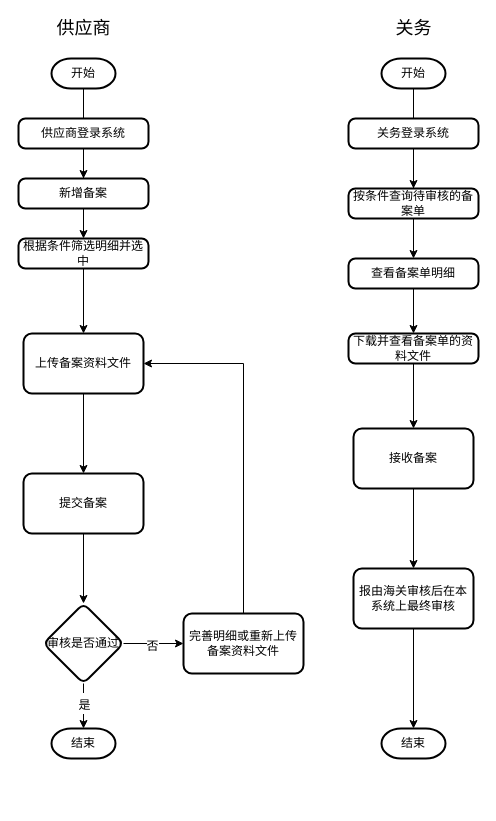
Above: page "报关管理流程图" (14 of 16) of wbooking docs/进区预约系统.drawio in sxc-one/e-conitl (draw.io), before the change. Source tidied: cells renumbered, new cells numbered last; positions are measured from the earlier drawing's top-left corner, leaving out a move shared by most shapes. Both pictures are drawn from the tidied source at 100%, with x=0, y=0 at pixel (18, 18).
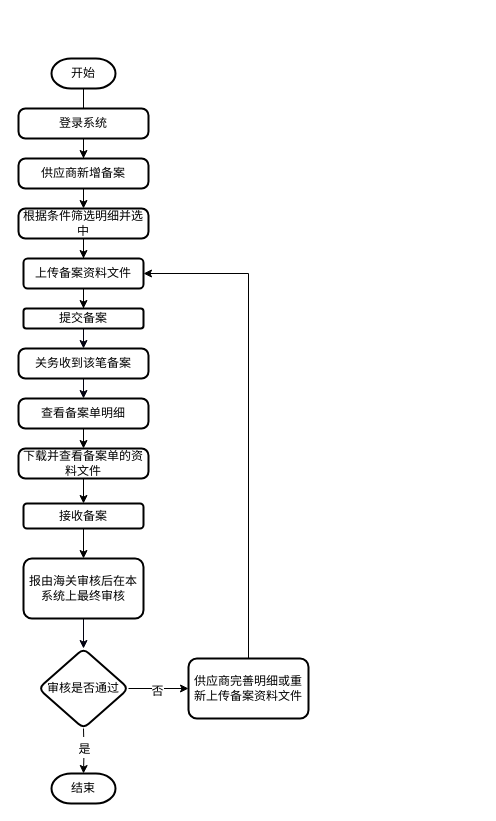
The same diagram, later.

Commit message:
备案流程图更新

Change to the diagram source:
```diff
@@
-    <mxCell id="5" value="供应商登录系统" style="rounded=1;whiteSpace=wrap;html=1;absoluteArcSize=1;arcSize=14;strokeWidth=2;" parent="1" vertex="1">
-      <mxGeometry y="100" width="130" height="30" as="geometry" />
+    <mxCell id="5" value="登录系统" style="rounded=1;whiteSpace=wrap;html=1;absoluteArcSize=1;arcSize=14;strokeWidth=2;" parent="1" vertex="1">
+      <mxGeometry y="90" width="130" height="30" as="geometry" />
     </mxCell>
-    <mxCell id="6" value="新增备案" style="rounded=1;whiteSpace=wrap;html=1;absoluteArcSize=1;arcSize=14;strokeWidth=2;" parent="1" vertex="1">
-      <mxGeometry y="160" width="130" height="30" as="geometry" />
+    <mxCell id="6" value="供应商新增备案" style="rounded=1;whiteSpace=wrap;html=1;absoluteArcSize=1;arcSize=14;strokeWidth=2;" parent="1" vertex="1">
+      <mxGeometry y="140" width="130" height="30" as="geometry" />
     </mxCell>
@@
     <mxCell id="8" value="根据条件筛选明细并选中" style="rounded=1;whiteSpace=wrap;html=1;absoluteArcSize=1;arcSize=14;strokeWidth=2;" parent="1" vertex="1">
-      <mxGeometry y="220" width="130" height="30" as="geometry" />
+      <mxGeometry y="190" width="130" height="30" as="geometry" />
     </mxCell>
-    <mxCell id="9" value="&lt;font style=&quot;font-size: 18px&quot;&gt;供应商&lt;/font&gt;" style="text;html=1;align=center;verticalAlign=middle;strokeColor=none;fillColor=none;" parent="1" vertex="1">
-      <mxGeometry x="30" width="70" height="20" as="geometry" />
-    </mxCell>
-    <mxCell id="10" style="edgeStyle=none;rounded=0;jettySize=auto;html=1;elbow=vertical;" parent="1" edge="1" source="11" target="14">
-      <mxGeometry relative="1" as="geometry" />
-    </mxCell>
-    <mxCell id="11" value="开始" style="strokeWidth=2;html=1;shape=mxgraph.flowchart.terminator;whiteSpace=wrap;" parent="1" vertex="1">
-      <mxGeometry x="363" y="40" width="64" height="30" as="geometry" />
-    </mxCell>
-    <mxCell id="12" style="edgeStyle=none;rounded=0;jettySize=auto;html=1;elbow=vertical;" parent="1" edge="1" source="13" target="16">
-      <mxGeometry relative="1" as="geometry" />
-    </mxCell>
-    <mxCell id="13" value="关务登录系统" style="rounded=1;whiteSpace=wrap;html=1;absoluteArcSize=1;arcSize=14;strokeWidth=2;" parent="1" vertex="1">
-      <mxGeometry x="330" y="100" width="130" height="30" as="geometry" />
-    </mxCell>
+    <mxCell id="37" style="edgeStyle=none;rounded=0;jettySize=auto;html=1;exitX=0.5;exitY=1;exitDx=0;exitDy=0;entryX=0.5;entryY=0;entryDx=0;entryDy=0;fontSize=18;startArrow=none;startFill=0;endArrow=classic;endFill=1;sourcePerimeterSpacing=1;targetPerimeterSpacing=0;strokeColor=#01010F;" parent="1" edge="1" source="14" target="16">
+      <mxGeometry relative="1" as="geometry" />
+    </mxCell>
-    <mxCell id="14" value="按条件查询待审核的备案单" style="rounded=1;whiteSpace=wrap;html=1;absoluteArcSize=1;arcSize=14;strokeWidth=2;" parent="1" vertex="1">
-      <mxGeometry x="330" y="170" width="130" height="30" as="geometry" />
+    <mxCell id="14" value="关务收到该笔备案" style="rounded=1;whiteSpace=wrap;html=1;absoluteArcSize=1;arcSize=14;strokeWidth=2;" parent="1" vertex="1">
+      <mxGeometry y="330" width="130" height="30" as="geometry" />
     </mxCell>
@@
     <mxCell id="16" value="查看备案单明细" style="rounded=1;whiteSpace=wrap;html=1;absoluteArcSize=1;arcSize=14;strokeWidth=2;" parent="1" vertex="1">
-      <mxGeometry x="330" y="240" width="130" height="30" as="geometry" />
+      <mxGeometry y="380" width="130" height="30" as="geometry" />
     </mxCell>
@@
     <mxCell id="18" value="下载并查看备案单的资料文件" style="rounded=1;whiteSpace=wrap;html=1;absoluteArcSize=1;arcSize=14;strokeWidth=2;" parent="1" vertex="1">
-      <mxGeometry x="330" y="315" width="130" height="30" as="geometry" />
+      <mxGeometry y="430" width="130" height="30" as="geometry" />
     </mxCell>
-    <mxCell id="19" value="结束" style="strokeWidth=2;html=1;shape=mxgraph.flowchart.terminator;whiteSpace=wrap;" parent="1" vertex="1">
-      <mxGeometry x="363" y="710" width="64" height="30" as="geometry" />
-    </mxCell>
-    <mxCell id="20" value="&lt;font style=&quot;font-size: 18px&quot;&gt;关务&lt;/font&gt;" style="text;html=1;align=center;verticalAlign=middle;strokeColor=none;fillColor=none;" parent="1" vertex="1">
-      <mxGeometry x="370" width="50" height="20" as="geometry" />
-    </mxCell>
@@
     <mxCell id="22" value="上传备案资料文件" style="whiteSpace=wrap;html=1;rounded=1;strokeWidth=2;arcSize=14;" parent="1" vertex="1">
-      <mxGeometry x="5" y="315" width="120" height="60" as="geometry" />
+      <mxGeometry x="5" y="240" width="120" height="30" as="geometry" />
     </mxCell>
-    <mxCell id="23" style="edgeStyle=orthogonalEdgeStyle;rounded=0;jettySize=auto;html=1;fontSize=18;elbow=vertical;" parent="1" edge="1" source="24" target="29">
-      <mxGeometry relative="1" as="geometry" />
-    </mxCell>
+    <mxCell id="38" style="edgeStyle=none;rounded=0;jettySize=auto;html=1;exitX=0.5;exitY=1;exitDx=0;exitDy=0;entryX=0.5;entryY=0;entryDx=0;entryDy=0;fontSize=18;startArrow=none;startFill=0;endArrow=classic;endFill=1;sourcePerimeterSpacing=1;targetPerimeterSpacing=0;strokeColor=#01010F;" parent="1" edge="1" source="24" target="14">
+      <mxGeometry relative="1" as="geometry" />
+    </mxCell>
     <mxCell id="24" value="提交备案" style="whiteSpace=wrap;html=1;rounded=1;strokeWidth=2;arcSize=14;" parent="1" vertex="1">
-      <mxGeometry x="5" y="455" width="120" height="60" as="geometry" />
+      <mxGeometry x="5" y="290" width="120" height="20" as="geometry" />
     </mxCell>
@@
-    <mxCell id="27" style="edgeStyle=orthogonalEdgeStyle;rounded=0;jettySize=auto;html=1;exitX=0.5;exitY=1;exitDx=0;exitDy=0;entryX=0.5;entryY=0;entryDx=0;entryDy=0;entryPerimeter=0;fontSize=18;" parent="1" edge="1" source="29" target="32">
-      <mxGeometry relative="1" as="geometry" />
+    <mxCell id="27" style="edgeStyle=orthogonalEdgeStyle;rounded=0;jettySize=auto;html=1;exitX=0.5;exitY=1;exitDx=0;exitDy=0;entryX=0.5;entryY=0;entryDx=0;entryDy=0;entryPerimeter=0;fontSize=18;" parent="1" edge="1" target="32">
+      <mxGeometry relative="1" as="geometry">
+        <mxPoint x="65" y="710" as="sourcePoint" />
+      </mxGeometry>
     </mxCell>
@@
     <mxCell id="29" value="审核是否通过" style="rhombus;whiteSpace=wrap;html=1;rounded=1;strokeWidth=2;arcSize=14;" parent="1" vertex="1">
-      <mxGeometry x="25" y="585" width="80" height="80" as="geometry" />
+      <mxGeometry x="20" y="630" width="90" height="80" as="geometry" />
     </mxCell>
@@
-    <mxCell id="31" value="完善明细或重新上传备案资料文件" style="whiteSpace=wrap;html=1;rounded=1;strokeWidth=2;arcSize=14;" parent="1" vertex="1">
-      <mxGeometry x="165" y="595" width="120" height="60" as="geometry" />
+    <mxCell id="31" value="供应商完善明细或重新上传备案资料文件" style="whiteSpace=wrap;html=1;rounded=1;strokeWidth=2;arcSize=14;" parent="1" vertex="1">
+      <mxGeometry x="170" y="640" width="120" height="60" as="geometry" />
     </mxCell>
     <mxCell id="32" value="结束" style="strokeWidth=2;html=1;shape=mxgraph.flowchart.terminator;whiteSpace=wrap;" parent="1" vertex="1">
-      <mxGeometry x="33" y="710" width="64" height="30" as="geometry" />
+      <mxGeometry x="33" y="755" width="64" height="30" as="geometry" />
     </mxCell>
@@
     <mxCell id="34" value="接收备案" style="whiteSpace=wrap;html=1;rounded=1;strokeWidth=2;arcSize=14;" parent="1" vertex="1">
-      <mxGeometry x="335" y="410" width="120" height="60" as="geometry" />
+      <mxGeometry x="5" y="485" width="120" height="25" as="geometry" />
     </mxCell>
-    <mxCell id="35" style="edgeStyle=orthogonalEdgeStyle;rounded=0;jettySize=auto;html=1;exitX=0.5;exitY=1;exitDx=0;exitDy=0;entryX=0.5;entryY=0;entryDx=0;entryDy=0;entryPerimeter=0;fontSize=18;" parent="1" edge="1" source="36" target="19">
-      <mxGeometry relative="1" as="geometry" />
-    </mxCell>
+    <mxCell id="39" style="edgeStyle=none;rounded=0;jettySize=auto;html=1;exitX=0.5;exitY=1;exitDx=0;exitDy=0;entryX=0.5;entryY=0;entryDx=0;entryDy=0;fontSize=18;startArrow=none;startFill=0;endArrow=classic;endFill=1;sourcePerimeterSpacing=1;targetPerimeterSpacing=0;strokeColor=#01010F;" parent="1" edge="1" source="36" target="29">
+      <mxGeometry relative="1" as="geometry" />
+    </mxCell>
     <mxCell id="36" value="报由海关审核后在本系统上最终审核" style="whiteSpace=wrap;html=1;rounded=1;strokeWidth=2;arcSize=14;" parent="1" vertex="1">
-      <mxGeometry x="335" y="550" width="120" height="60" as="geometry" />
+      <mxGeometry x="5" y="540" width="120" height="60" as="geometry" />
     </mxCell>
```
